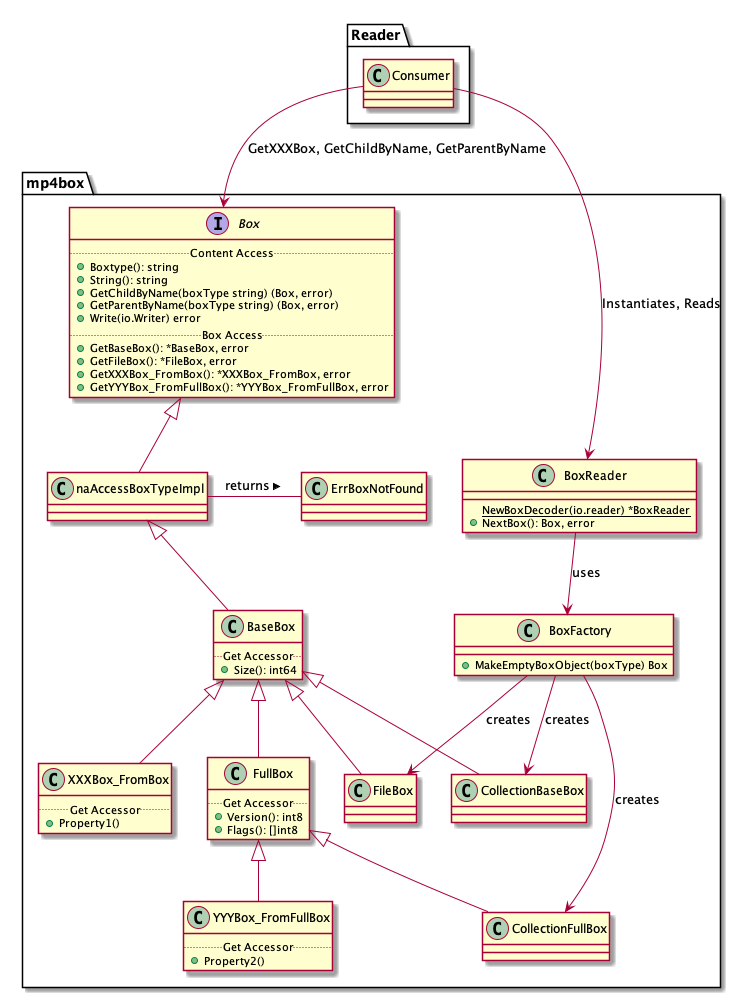
eswarantg/mp4box keeps this PlantUML diagram as out/class/mp4box.png. Above is the earlier version.
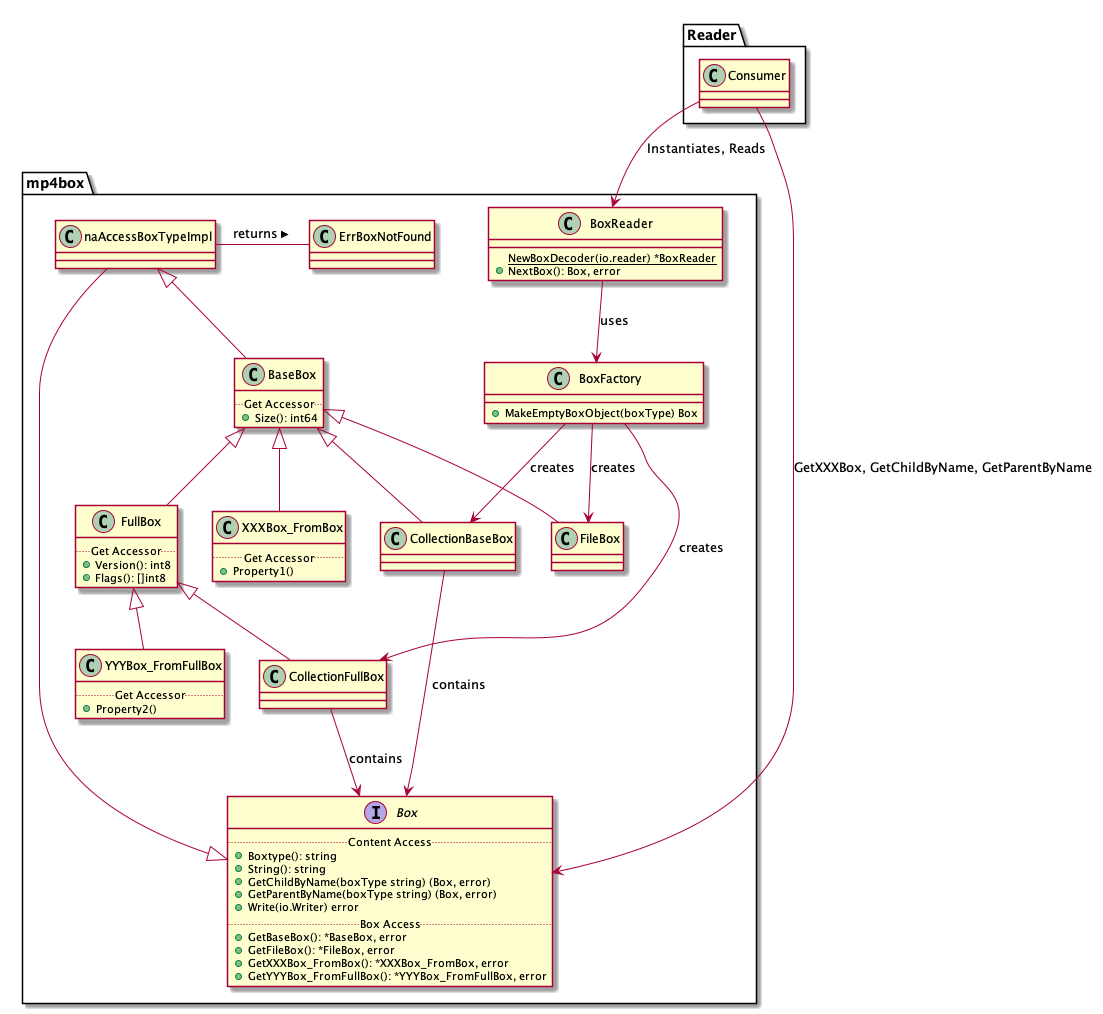
Above is the later version.

Commit message:
update diagram with missing collection link

What changed in the source:
```diff
@@ -56,6 +56,9 @@
     BoxFactory --> FileBox : creates
     BoxFactory --> CollectionBaseBox : creates
     BoxFactory --> CollectionFullBox  : creates
+
+    CollectionBaseBox --> Box : contains
+    CollectionFullBox --> Box : contains
 }
 package Reader {
     Consumer --> BoxReader : Instantiates, Reads
```
